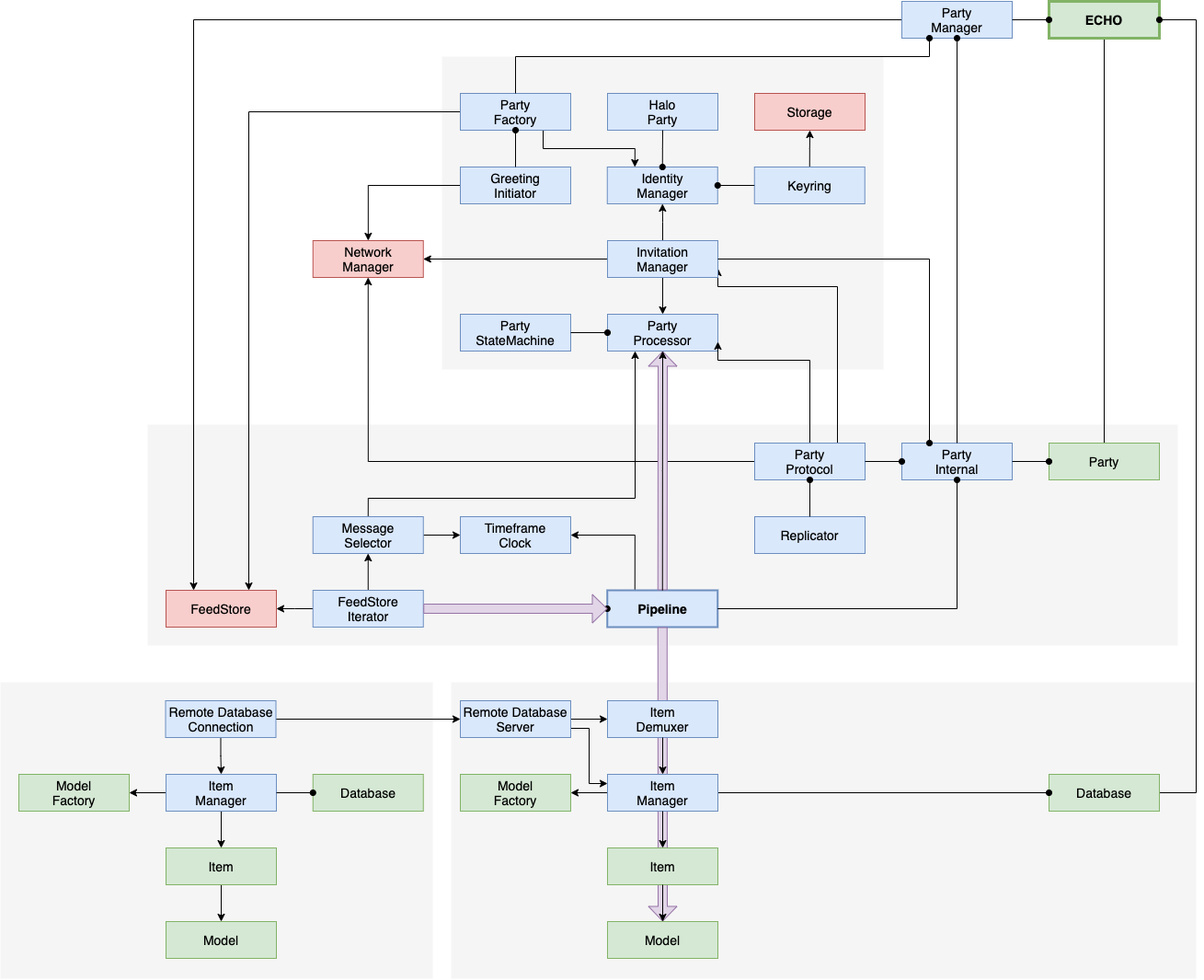
The draw.io diagram docs/diagrams/echo-architecture.png in dxos/dxos, before a commit. Source tidied: cells renumbered, new cells last; positions are measured from the earlier drawing's top-left corner, leaving out a move shared by most shapes.
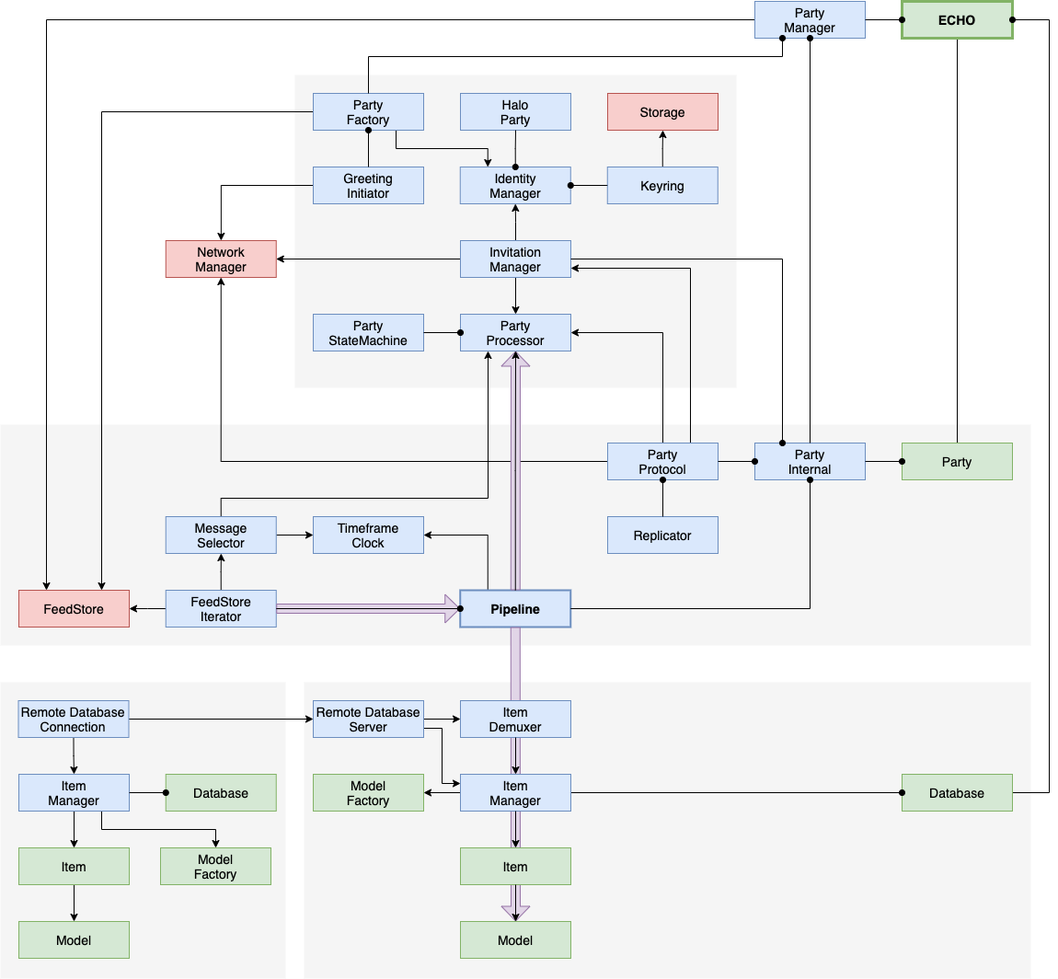
After the commit.

Diff of the diagram source:
```diff
@@ -6,10 +6,10 @@
       <mxGeometry x="160" y="460" width="1120" height="240" as="geometry" />
     </mxCell>
     <mxCell id="3" style="rounded=0;whiteSpace=wrap;html=1;fontSize=14;fontFamily=Helvetica;fontStyle=0;fillColor=#f5f5f5;dashed=1;fontColor=#333333;strokeColor=none;" parent="1" vertex="1">
-      <mxGeometry x="490" y="740" width="810" height="322" as="geometry" />
+      <mxGeometry x="490" y="740" width="790" height="322" as="geometry" />
     </mxCell>
     <mxCell id="4" style="rounded=0;whiteSpace=wrap;html=1;fontSize=14;fontFamily=Helvetica;fontStyle=0;fillColor=#f5f5f5;dashed=1;fontColor=#333333;strokeColor=none;" parent="1" vertex="1">
-      <mxGeometry x="480" y="60" width="480" height="340" as="geometry" />
+      <mxGeometry x="480" y="80" width="480" height="340" as="geometry" />
     </mxCell>
     <mxCell id="5" style="edgeStyle=orthogonalEdgeStyle;rounded=0;jettySize=auto;html=1;exitX=0;exitY=0.5;exitDx=0;exitDy=0;entryX=0.25;entryY=0;entryDx=0;entryDy=0;" parent="1" edge="1" source="6" target="45">
       <mxGeometry relative="1" as="geometry" />
@@ -47,17 +47,17 @@
     <mxCell id="16" style="edgeStyle=orthogonalEdgeStyle;rounded=0;jettySize=auto;html=1;exitX=0;exitY=0.5;exitDx=0;exitDy=0;entryX=0.5;entryY=1;entryDx=0;entryDy=0;" parent="1" edge="1" source="19" target="24">
       <mxGeometry relative="1" as="geometry" />
     </mxCell>
-    <mxCell id="17" style="edgeStyle=orthogonalEdgeStyle;rounded=0;jettySize=auto;html=1;exitX=0.5;exitY=0;exitDx=0;exitDy=0;entryX=1;entryY=0.75;entryDx=0;entryDy=0;" parent="1" edge="1" source="19" target="11">
+    <mxCell id="17" style="edgeStyle=orthogonalEdgeStyle;rounded=0;jettySize=auto;html=1;exitX=0.5;exitY=0;exitDx=0;exitDy=0;entryX=1;entryY=0.5;entryDx=0;entryDy=0;" parent="1" edge="1" source="19" target="11">
       <mxGeometry relative="1" as="geometry">
         <Array as="points">
-          <mxPoint x="880" y="390" />
+          <mxPoint x="880" y="360" />
         </Array>
       </mxGeometry>
     </mxCell>
     <mxCell id="18" style="edgeStyle=orthogonalEdgeStyle;rounded=0;jettySize=auto;html=1;exitX=0.75;exitY=0;exitDx=0;exitDy=0;entryX=1;entryY=0.75;entryDx=0;entryDy=0;" parent="1" edge="1" source="19" target="30">
       <mxGeometry relative="1" as="geometry">
         <Array as="points">
-          <mxPoint x="910" y="310" />
+          <mxPoint x="910" y="290" />
         </Array>
       </mxGeometry>
     </mxCell>
@@ -181,9 +181,6 @@
     <mxCell id="52" style="edgeStyle=orthogonalEdgeStyle;rounded=0;jettySize=auto;html=1;exitX=1;exitY=0.5;exitDx=0;exitDy=0;strokeWidth=1;endFill=0;endArrow=none;startFill=1;startArrow=oval;" parent="1" edge="1" source="14" target="46">
       <mxGeometry relative="1" as="geometry" />
     </mxCell>
-    <mxCell id="53" style="edgeStyle=orthogonalEdgeStyle;rounded=0;jettySize=auto;html=1;exitX=0;exitY=0.5;exitDx=0;exitDy=0;entryX=1;entryY=0.5;entryDx=0;entryDy=0;strokeWidth=1;endFill=0;endArrow=none;startFill=1;startArrow=oval;" parent="1" edge="1" source="10" target="77">
-      <mxGeometry relative="1" as="geometry" />
-    </mxCell>
     <mxCell id="54" style="edgeStyle=orthogonalEdgeStyle;rounded=0;jettySize=auto;html=1;exitX=0;exitY=0.5;exitDx=0;exitDy=0;strokeWidth=1;endFill=0;endArrow=none;startFill=1;startArrow=oval;" parent="1" edge="1" source="11" target="12">
       <mxGeometry relative="1" as="geometry" />
     </mxCell>
@@ -206,12 +203,12 @@
       <mxGeometry relative="1" as="geometry" />
     </mxCell>
     <mxCell id="61" style="rounded=0;whiteSpace=wrap;html=1;fontSize=14;fontFamily=Helvetica;fontStyle=0;fillColor=#f5f5f5;dashed=1;fontColor=#333333;strokeColor=none;" parent="1" vertex="1">
-      <mxGeometry y="740" width="470" height="322" as="geometry" />
+      <mxGeometry x="160" y="740" width="310" height="322" as="geometry" />
     </mxCell>
     <mxCell id="62" style="edgeStyle=orthogonalEdgeStyle;rounded=0;jettySize=auto;html=1;exitX=0.5;exitY=1;exitDx=0;exitDy=0;" parent="1" edge="1" source="69" target="65">
       <mxGeometry relative="1" as="geometry" />
     </mxCell>
-    <mxCell id="63" style="edgeStyle=orthogonalEdgeStyle;rounded=0;jettySize=auto;html=1;exitX=0;exitY=0.5;exitDx=0;exitDy=0;entryX=1;entryY=0.5;entryDx=0;entryDy=0;" parent="1" edge="1" source="69" target="67">
+    <mxCell id="63" style="edgeStyle=orthogonalEdgeStyle;rounded=0;jettySize=auto;html=1;exitX=0.75;exitY=1;exitDx=0;exitDy=0;" parent="1" edge="1" source="69" target="67">
       <mxGeometry relative="1" as="geometry" />
     </mxCell>
     <mxCell id="64" style="edgeStyle=orthogonalEdgeStyle;rounded=0;jettySize=auto;html=1;exitX=0.5;exitY=1;exitDx=0;exitDy=0;entryX=0.5;entryY=0;entryDx=0;entryDy=0;" parent="1" edge="1" source="65" target="66">
@@ -224,7 +221,7 @@
       <mxGeometry x="180" y="1000" width="120" height="40" as="geometry" />
     </mxCell>
     <mxCell id="67" value="Model&lt;br&gt;Factory" style="rounded=0;whiteSpace=wrap;html=1;fontSize=14;fontFamily=Helvetica;fillColor=#d5e8d4;strokeColor=#82b366;fontStyle=0;strokeWidth=1;" parent="1" vertex="1">
-      <mxGeometry x="20" y="840" width="120" height="40" as="geometry" />
+      <mxGeometry x="334" y="920" width="120" height="40" as="geometry" />
     </mxCell>
     <mxCell id="68" value="Database" style="rounded=0;whiteSpace=wrap;html=1;fontSize=14;fontFamily=Helvetica;fillColor=#d5e8d4;strokeColor=#82b366;fontStyle=0;strokeWidth=1;" parent="1" vertex="1">
       <mxGeometry x="339.8" y="840" width="120" height="40" as="geometry" />
@@ -256,10 +253,8 @@
     <mxCell id="77" value="FeedStore&lt;br&gt;Iterator" style="rounded=0;whiteSpace=wrap;html=1;fontSize=14;fontFamily=Helvetica;fillColor=#dae8fc;strokeColor=#6c8ebf;fontStyle=0;strokeWidth=1;" parent="1" vertex="1">
       <mxGeometry x="339.8" y="640" width="120" height="40" as="geometry" />
     </mxCell>
-    <mxCell id="78" style="shape=flexArrow;endArrow=classic;html=1;endSize=5;strokeColor=#9673a6;fillColor=#e1d5e7;exitX=1;exitY=0.5;exitDx=0;exitDy=0;" parent="1" edge="1" source="77">
-      <mxGeometry relative="1" as="geometry">
-        <mxPoint x="660" y="660" as="targetPoint" />
-      </mxGeometry>
+    <mxCell id="78" style="shape=flexArrow;endArrow=classic;html=1;endSize=5;strokeColor=#9673a6;fillColor=#e1d5e7;exitX=1;exitY=0.5;exitDx=0;exitDy=0;entryX=0;entryY=0.5;entryDx=0;entryDy=0;" parent="1" edge="1" source="77" target="10">
+      <mxGeometry relative="1" as="geometry" />
     </mxCell>
     <mxCell id="79" style="shape=flexArrow;endArrow=classic;html=1;endSize=5;strokeColor=#9673a6;fillColor=#e1d5e7;exitX=0.5;exitY=0;exitDx=0;exitDy=0;entryX=0.5;entryY=1;entryDx=0;entryDy=0;" parent="1" edge="1" source="10" target="11">
       <mxGeometry relative="1" as="geometry" />
@@ -293,5 +288,8 @@
     <mxCell id="88" style="edgeStyle=orthogonalEdgeStyle;rounded=0;jettySize=auto;html=1;exitX=0.5;exitY=1;exitDx=0;exitDy=0;entryX=0.5;entryY=0;entryDx=0;entryDy=0;" parent="1" edge="1" source="84" target="85">
       <mxGeometry relative="1" as="geometry" />
     </mxCell>
+    <mxCell id="53" style="edgeStyle=orthogonalEdgeStyle;rounded=0;jettySize=auto;html=1;exitX=0;exitY=0.5;exitDx=0;exitDy=0;entryX=1;entryY=0.5;entryDx=0;entryDy=0;strokeWidth=1;endFill=0;endArrow=none;startFill=1;startArrow=oval;" parent="1" edge="1" source="10" target="77">
+      <mxGeometry relative="1" as="geometry" />
+    </mxCell>
   </root>
 </mxGraphModel>
```
